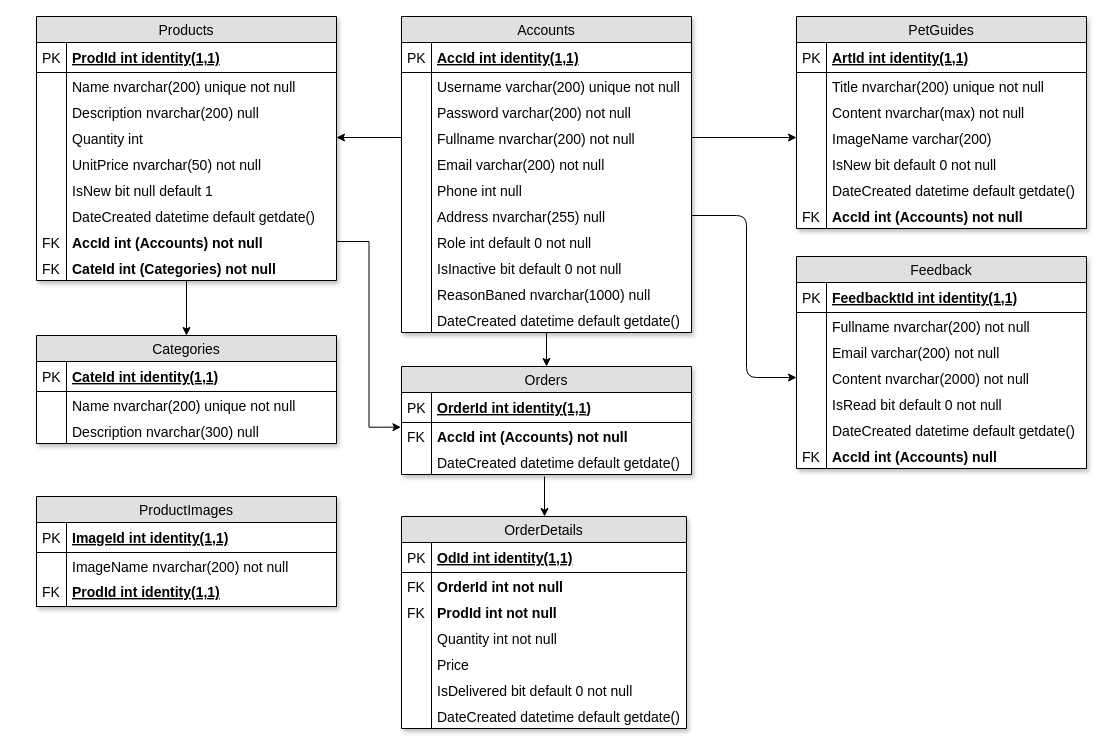
Above: page "Database" (2 of 3) of PetCare-design-Phuong-PC.drawio in duyphuong403/PetCare (draw.io), before the change. Source tidied: cells renumbered, new cells numbered last; positions are measured from the earlier drawing's top-left corner, leaving out a move shared by most shapes. Both pictures are drawn from the tidied source at 100%, with x=0, y=0 at pixel (36, 16).
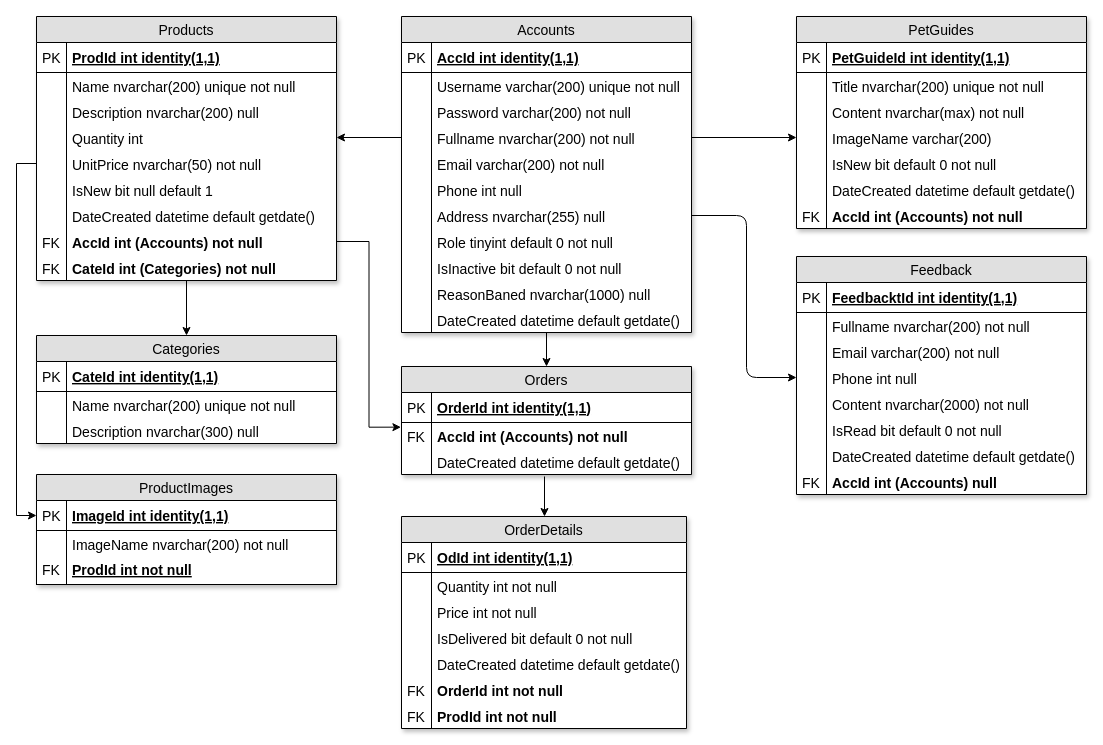
The same page after the edit.

The change refers to these unchanged cells:
```xml
<mxCell id="12" value="UnitPrice nvarchar(50) not null" style="shape=partialRectangle;top=0;left=0;right=0;bottom=0;align=left;verticalAlign=top;fillColor=none;spacingLeft=34;spacingRight=4;overflow=hidden;points=[[0,0.5],[1,0.5]];portConstraint=eastwest;fontSize=14;" parent="3" vertex="1">
  <mxGeometry y="134" width="300" height="26" as="geometry" />
</mxCell>
<mxCell id="37" value="Accounts" style="swimlane;fontStyle=0;horizontal=1;startSize=26;fillColor=#e0e0e0;swimlaneFillColor=#ffffff;align=center;fontSize=14;glass=0;rounded=0;swimlaneLine=1;shadow=1;comic=0;" parent="1" vertex="1">
  <mxGeometry x="365" width="290" height="316" as="geometry" />
</mxCell>
<mxCell id="50" value="Address nvarchar(255) null" style="shape=partialRectangle;top=0;left=0;right=0;bottom=0;align=left;verticalAlign=top;fillColor=none;spacingLeft=34;spacingRight=4;overflow=hidden;points=[[0,0.5],[1,0.5]];portConstraint=eastwest;fontSize=14;" parent="37" vertex="1">
  <mxGeometry y="186" width="290" height="26" as="geometry" />
</mxCell>
<mxCell id="60" value="PetGuides" style="swimlane;fontStyle=0;horizontal=1;startSize=26;fillColor=#e0e0e0;swimlaneFillColor=#ffffff;align=center;fontSize=14;glass=0;rounded=0;swimlaneLine=1;shadow=1;comic=0;" parent="1" vertex="1">
  <mxGeometry x="760" width="290" height="212" as="geometry" />
</mxCell>
<mxCell id="92" value="OrderDetails" style="swimlane;fontStyle=0;horizontal=1;startSize=26;fillColor=#e0e0e0;swimlaneFillColor=#ffffff;align=center;fontSize=14;glass=0;rounded=0;swimlaneLine=1;shadow=1;comic=0;" parent="1" vertex="1">
  <mxGeometry x="365" y="500" width="285" height="212" as="geometry" />
</mxCell>
<mxCell id="111" value="ImageId int identity(1,1)" style="shape=partialRectangle;top=0;left=0;right=0;bottom=1;align=left;verticalAlign=middle;fillColor=none;spacingLeft=34;spacingRight=4;overflow=hidden;points=[[0,0.5],[1,0.5]];portConstraint=eastwest;fontStyle=5;fontSize=14;" parent="110" vertex="1">
  <mxGeometry y="26" width="300" height="30" as="geometry" />
</mxCell>
```

Change to the diagram source:
```diff
@@
-    <mxCell id="52" value="Role int default 0 not null&#10;" style="shape=partialRectangle;top=0;left=0;right=0;bottom=0;align=left;verticalAlign=top;fillColor=none;spacingLeft=34;spacingRight=4;overflow=hidden;fontSize=14;" parent="37" vertex="1">
+    <mxCell id="52" value="Role tinyint default 0 not null&#10;" style="shape=partialRectangle;top=0;left=0;right=0;bottom=0;align=left;verticalAlign=top;fillColor=none;spacingLeft=34;spacingRight=4;overflow=hidden;fontSize=14;" parent="37" vertex="1">
       <mxGeometry y="212" width="290" height="26" as="geometry" />
     </mxCell>
@@
-    <mxCell id="61" value="ArtId int identity(1,1)" style="shape=partialRectangle;top=0;left=0;right=0;bottom=1;align=left;verticalAlign=middle;fillColor=none;spacingLeft=34;spacingRight=4;overflow=hidden;fontStyle=5;fontSize=14;" parent="60" vertex="1">
+    <mxCell id="61" value="PetGuideId int identity(1,1)" style="shape=partialRectangle;top=0;left=0;right=0;bottom=1;align=left;verticalAlign=middle;fillColor=none;spacingLeft=34;spacingRight=4;overflow=hidden;fontStyle=5;fontSize=14;" parent="60" vertex="1">
       <mxGeometry y="26" width="290" height="30" as="geometry" />
     </mxCell>
@@
     <mxCell id="75" value="Feedback" style="swimlane;fontStyle=0;horizontal=1;startSize=26;fillColor=#e0e0e0;swimlaneFillColor=#ffffff;align=center;fontSize=14;glass=0;rounded=0;swimlaneLine=1;shadow=1;comic=0;" parent="1" vertex="1">
-      <mxGeometry x="760" y="240" width="290" height="212" as="geometry" />
+      <mxGeometry x="760" y="240" width="290" height="238" as="geometry" />
     </mxCell>
@@
+    <mxCell id="117" value="Phone int null" style="shape=partialRectangle;top=0;left=0;right=0;bottom=0;align=left;verticalAlign=top;fillColor=none;spacingLeft=34;spacingRight=4;overflow=hidden;points=[[0,0.5],[1,0.5]];portConstraint=eastwest;fontSize=14;" parent="75" vertex="1">
+      <mxGeometry y="108" width="290" height="26" as="geometry" />
+    </mxCell>
+    <mxCell id="118" style="shape=partialRectangle;top=0;left=0;bottom=0;fillColor=none;align=left;verticalAlign=top;spacingLeft=4;spacingRight=4;overflow=hidden;fontSize=14;" parent="117" vertex="1">
+      <mxGeometry width="30" height="26" as="geometry" />
+    </mxCell>
     <mxCell id="82" value="Content nvarchar(2000) not null" style="shape=partialRectangle;top=0;left=0;right=0;bottom=0;align=left;verticalAlign=top;fillColor=none;spacingLeft=34;spacingRight=4;overflow=hidden;points=[[0,0.5],[1,0.5]];portConstraint=eastwest;fontSize=14;" parent="75" vertex="1">
-      <mxGeometry y="108" width="290" height="26" as="geometry" />
+      <mxGeometry y="134" width="290" height="26" as="geometry" />
     </mxCell>
@@
     <mxCell id="84" value="IsRead bit default 0 not null" style="shape=partialRectangle;top=0;left=0;right=0;bottom=0;align=left;verticalAlign=top;fillColor=none;spacingLeft=34;spacingRight=4;overflow=hidden;fontSize=14;" parent="75" vertex="1">
-      <mxGeometry y="134" width="290" height="26" as="geometry" />
+      <mxGeometry y="160" width="290" height="26" as="geometry" />
     </mxCell>
@@
     <mxCell id="86" value="DateCreated datetime default getdate()" style="shape=partialRectangle;top=0;left=0;right=0;bottom=0;align=left;verticalAlign=top;fillColor=none;spacingLeft=34;spacingRight=4;overflow=hidden;fontSize=14;" parent="75" vertex="1">
-      <mxGeometry y="160" width="290" height="26" as="geometry" />
+      <mxGeometry y="186" width="290" height="26" as="geometry" />
     </mxCell>
@@
     <mxCell id="88" value="AccId int (Accounts) null" style="shape=partialRectangle;top=0;left=0;right=0;bottom=0;align=left;verticalAlign=top;fillColor=none;spacingLeft=34;spacingRight=4;overflow=hidden;fontSize=14;fontStyle=1;" parent="75" vertex="1">
-      <mxGeometry y="186" width="290" height="26" as="geometry" />
+      <mxGeometry y="212" width="290" height="26" as="geometry" />
     </mxCell>
@@
-    <mxCell id="95" value="OrderId int not null" style="shape=partialRectangle;top=0;left=0;right=0;bottom=0;align=left;verticalAlign=top;fillColor=none;spacingLeft=34;spacingRight=4;overflow=hidden;fontSize=14;fontStyle=1;" parent="92" vertex="1">
-      <mxGeometry y="56" width="285" height="26" as="geometry" />
-    </mxCell>
-    <mxCell id="96" value="FK" style="shape=partialRectangle;top=0;left=0;bottom=0;fillColor=none;align=left;verticalAlign=top;spacingLeft=4;spacingRight=4;overflow=hidden;fontSize=14;" parent="95" vertex="1">
-      <mxGeometry width="30" height="26" as="geometry" />
-    </mxCell>
-    <mxCell id="97" value="ProdId int not null" style="shape=partialRectangle;top=0;left=0;right=0;bottom=0;align=left;verticalAlign=top;fillColor=none;spacingLeft=34;spacingRight=4;overflow=hidden;fontSize=14;fontStyle=1;" parent="92" vertex="1">
-      <mxGeometry y="82" width="285" height="26" as="geometry" />
-    </mxCell>
-    <mxCell id="98" value="FK" style="shape=partialRectangle;top=0;left=0;bottom=0;fillColor=none;align=left;verticalAlign=top;spacingLeft=4;spacingRight=4;overflow=hidden;fontSize=14;" parent="97" vertex="1">
-      <mxGeometry width="30" height="26" as="geometry" />
-    </mxCell>
     <mxCell id="99" value="Quantity int not null&#10;" style="shape=partialRectangle;top=0;left=0;right=0;bottom=0;align=left;verticalAlign=top;fillColor=none;spacingLeft=34;spacingRight=4;overflow=hidden;fontSize=14;" parent="92" vertex="1">
-      <mxGeometry y="108" width="285" height="26" as="geometry" />
+      <mxGeometry y="56" width="285" height="26" as="geometry" />
     </mxCell>
@@
-    <mxCell id="101" value="Price" style="shape=partialRectangle;top=0;left=0;right=0;bottom=0;align=left;verticalAlign=top;fillColor=none;spacingLeft=34;spacingRight=4;overflow=hidden;fontSize=14;" parent="92" vertex="1">
-      <mxGeometry y="134" width="285" height="26" as="geometry" />
+    <mxCell id="101" value="Price int not null" style="shape=partialRectangle;top=0;left=0;right=0;bottom=0;align=left;verticalAlign=top;fillColor=none;spacingLeft=34;spacingRight=4;overflow=hidden;fontSize=14;" parent="92" vertex="1">
+      <mxGeometry y="82" width="285" height="26" as="geometry" />
     </mxCell>
@@
     <mxCell id="103" value="IsDelivered bit default 0 not null" style="shape=partialRectangle;top=0;left=0;right=0;bottom=0;align=left;verticalAlign=top;fillColor=none;spacingLeft=34;spacingRight=4;overflow=hidden;fontSize=14;" parent="92" vertex="1">
-      <mxGeometry y="160" width="285" height="26" as="geometry" />
+      <mxGeometry y="108" width="285" height="26" as="geometry" />
     </mxCell>
@@
     <mxCell id="105" value="DateCreated datetime default getdate()" style="shape=partialRectangle;top=0;left=0;right=0;bottom=0;align=left;verticalAlign=top;fillColor=none;spacingLeft=34;spacingRight=4;overflow=hidden;fontSize=14;" parent="92" vertex="1">
-      <mxGeometry y="186" width="285" height="26" as="geometry" />
+      <mxGeometry y="134" width="285" height="26" as="geometry" />
     </mxCell>
@@
+    <mxCell id="95" value="OrderId int not null" style="shape=partialRectangle;top=0;left=0;right=0;bottom=0;align=left;verticalAlign=top;fillColor=none;spacingLeft=34;spacingRight=4;overflow=hidden;fontSize=14;fontStyle=1;" parent="92" vertex="1">
+      <mxGeometry y="160" width="285" height="26" as="geometry" />
+    </mxCell>
+    <mxCell id="96" value="FK" style="shape=partialRectangle;top=0;left=0;bottom=0;fillColor=none;align=left;verticalAlign=top;spacingLeft=4;spacingRight=4;overflow=hidden;fontSize=14;" parent="95" vertex="1">
+      <mxGeometry width="30" height="26" as="geometry" />
+    </mxCell>
+    <mxCell id="97" value="ProdId int not null" style="shape=partialRectangle;top=0;left=0;right=0;bottom=0;align=left;verticalAlign=top;fillColor=none;spacingLeft=34;spacingRight=4;overflow=hidden;fontSize=14;fontStyle=1;" parent="92" vertex="1">
+      <mxGeometry y="186" width="285" height="26" as="geometry" />
+    </mxCell>
+    <mxCell id="98" value="FK" style="shape=partialRectangle;top=0;left=0;bottom=0;fillColor=none;align=left;verticalAlign=top;spacingLeft=4;spacingRight=4;overflow=hidden;fontSize=14;" parent="97" vertex="1">
+      <mxGeometry width="30" height="26" as="geometry" />
+    </mxCell>
@@
-    <mxCell id="108" style="endArrow=classic;html=1;entryX=0;entryY=0.5;entryDx=0;entryDy=0;exitX=1;exitY=0.5;exitDx=0;exitDy=0;" parent="1" edge="1" source="50" target="82">
+    <mxCell id="108" style="endArrow=classic;html=1;entryX=0;entryY=0.5;entryDx=0;entryDy=0;exitX=1;exitY=0.5;exitDx=0;exitDy=0;" parent="1" edge="1" source="50" target="117">
       <mxGeometry relative="1" as="geometry">
         <Array as="points">
           <mxPoint x="710" y="199" />
           <mxPoint x="710" y="361" />
         </Array>
       </mxGeometry>
     </mxCell>
@@
     <mxCell id="110" value="ProductImages" style="swimlane;fontStyle=0;horizontal=1;startSize=26;fillColor=#e0e0e0;swimlaneFillColor=#ffffff;align=center;fontSize=14;glass=0;rounded=0;swimlaneLine=1;shadow=1;comic=0;" parent="1" vertex="1">
-      <mxGeometry y="480" width="300" height="110" as="geometry" />
+      <mxGeometry y="458" width="300" height="110" as="geometry" />
     </mxCell>
@@
-    <mxCell id="115" value="ProdId int identity(1,1)" style="shape=partialRectangle;top=0;left=0;right=0;bottom=1;align=left;verticalAlign=middle;fillColor=none;spacingLeft=34;spacingRight=4;overflow=hidden;fontStyle=5;fontSize=14;" parent="110" vertex="1">
+    <mxCell id="115" value="ProdId int not null" style="shape=partialRectangle;top=0;left=0;right=0;bottom=1;align=left;verticalAlign=middle;fillColor=none;spacingLeft=34;spacingRight=4;overflow=hidden;fontStyle=5;fontSize=14;" parent="110" vertex="1">
       <mxGeometry y="80" width="300" height="30" as="geometry" />
     </mxCell>
@@
+    <mxCell id="119" style="edgeStyle=orthogonalEdgeStyle;rounded=0;jettySize=auto;html=1;exitX=0;exitY=0.5;exitDx=0;exitDy=0;entryX=0;entryY=0.5;entryDx=0;entryDy=0;" parent="1" edge="1" source="12" target="111">
+      <mxGeometry relative="1" as="geometry" />
+    </mxCell>
```
